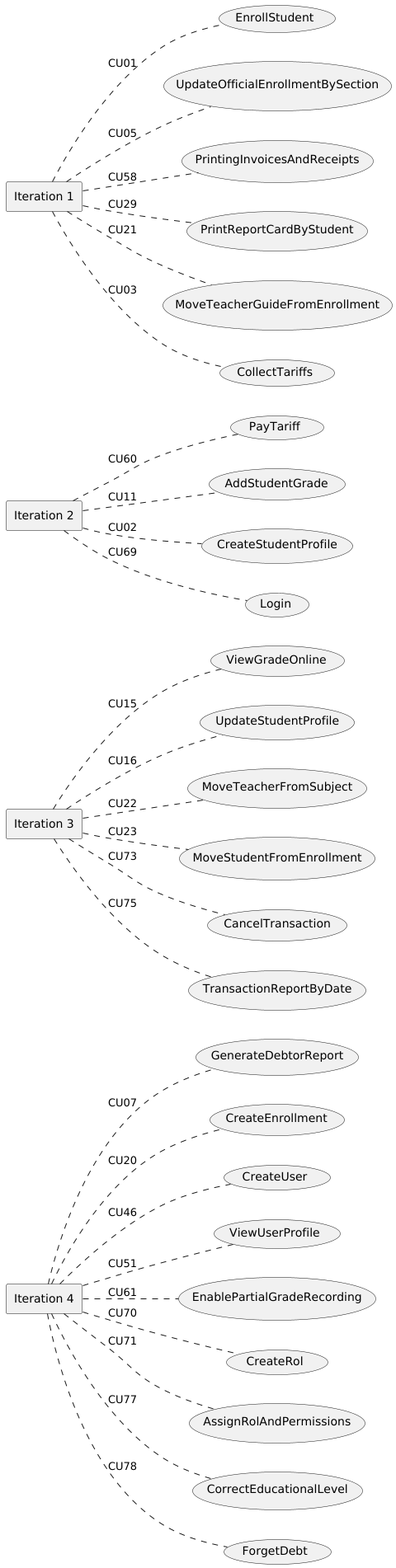
Above: out/UseCaseView/Prioritization.png in wsmcbl/wsmcbl.doc (PlantUML), before the change.
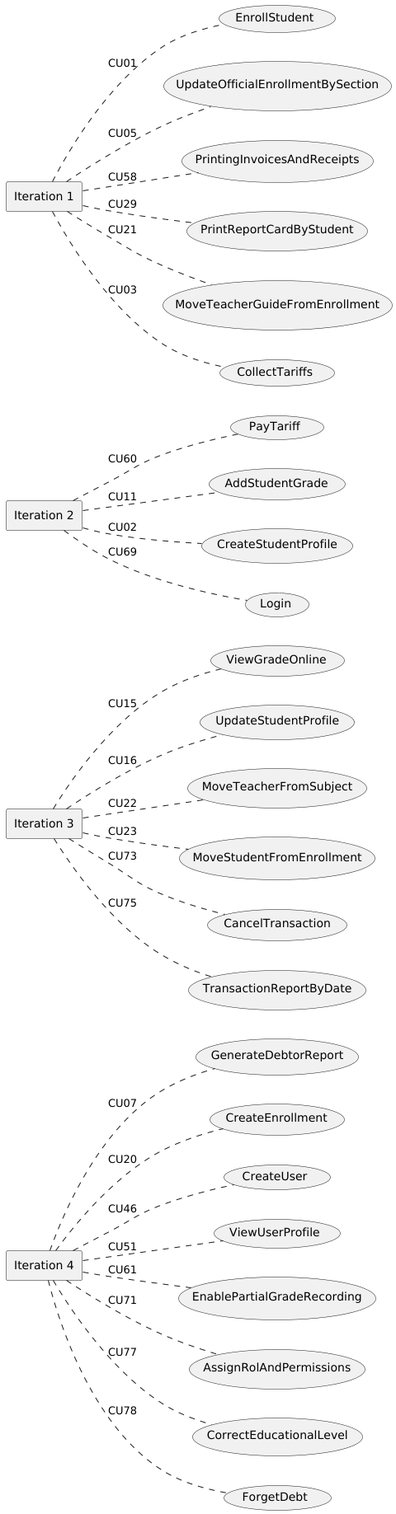
After the commit.

Change to the diagram source:
```diff
@@ -8,7 +8,6 @@
 usecase CU46 as "CreateUser"
 usecase CU51 as "ViewUserProfile"
 usecase CU61 as "EnablePartialGradeRecording"
-usecase CU70 as "CreateRol"
 usecase CU71 as "AssignRolAndPermissions"
 usecase CU77 as "CorrectEducationalLevel"
 usecase CU78 as "ForgetDebt"
@@ -18,7 +17,6 @@
 Iteration4 .. CU46 : CU46
 Iteration4 .. CU51 : CU51
 Iteration4 .. CU61 : CU61
-Iteration4 .. CU70 : CU70
 Iteration4 .. CU71 : CU71
 Iteration4 .. CU77 : CU77
 Iteration4 .. CU78 : CU78
```
